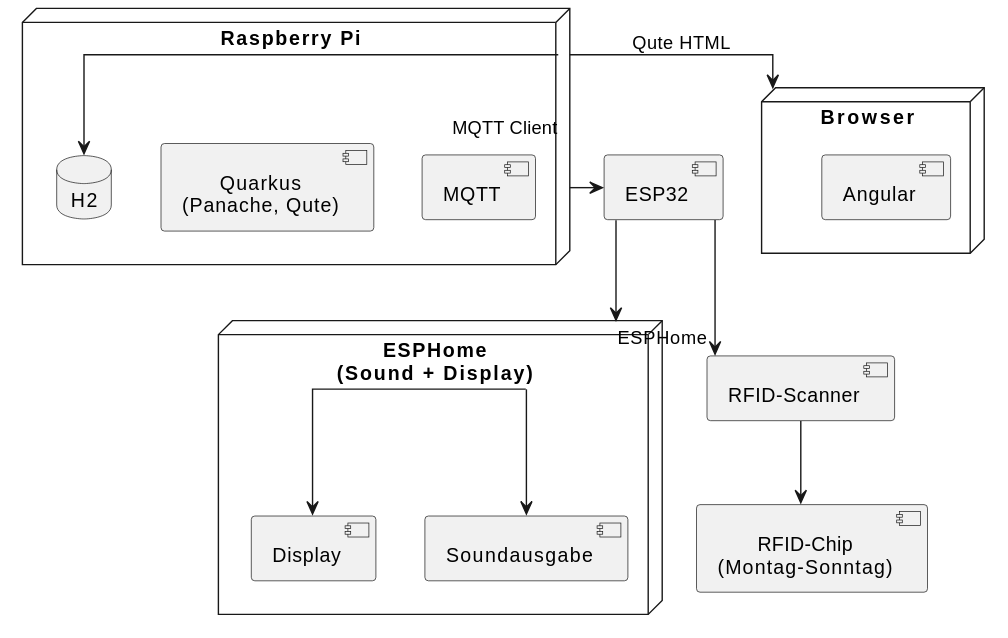
2425-4chif-syp/01-projekte-2025-4chif-syp-cura keeps this PlantUML diagram as images/project-architecture.svg. Above is the earlier version. Its source is kept beside it as diagrams/project-architecture.puml.
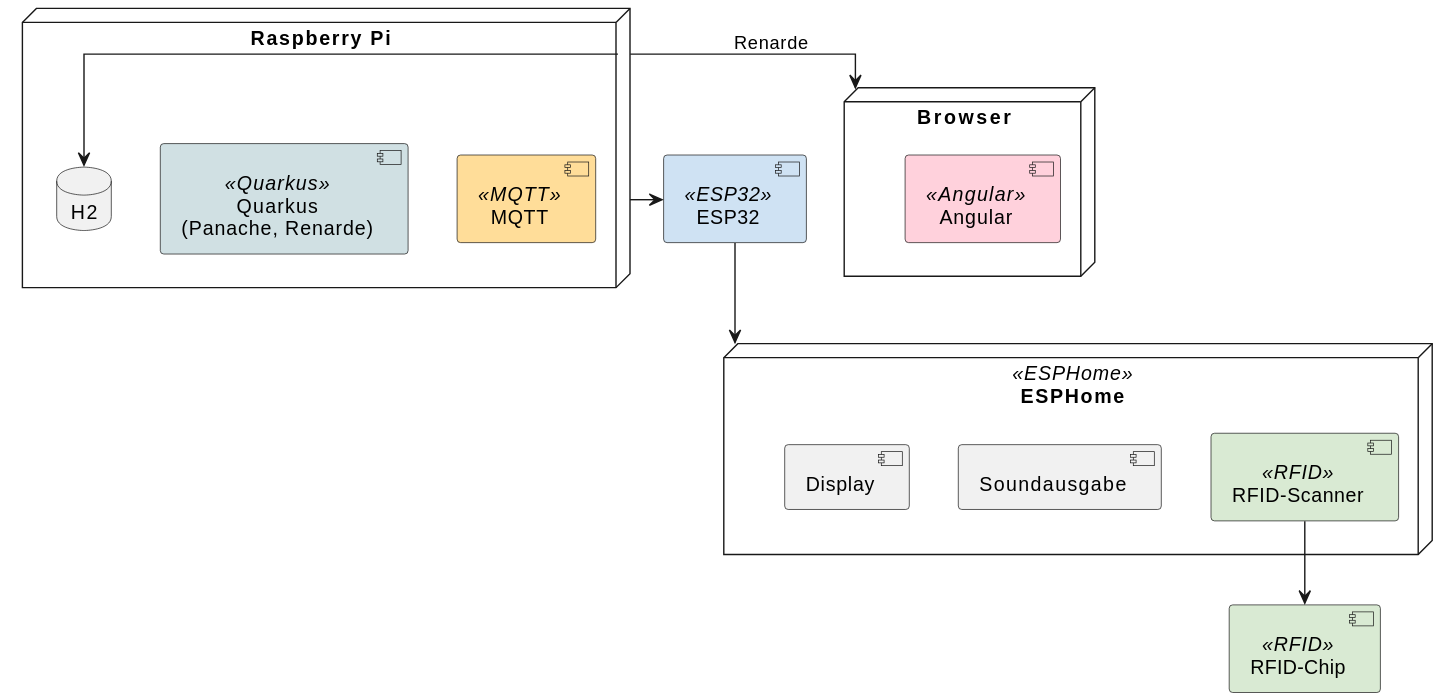
After the change.

What changed in the source:
```diff
@@ -3,37 +3,42 @@
 !define RECTANGLE class
 skinparam defaultTextAlignment center
 skinparam linetype ortho
+skinparam component {
+    BackgroundColor<<MQTT>> #FFDD99
+    BackgroundColor<<Quarkus>> #D0E0E3
+    BackgroundColor<<Angular>> #FFD1DC
+    BackgroundColor<<ESP32>> #CFE2F3
+    BackgroundColor<<ESPHome>> #EAD1DC
+    BackgroundColor<<RFID>> #D9EAD3
+    FontColor black
+}
 
 node "Raspberry Pi" as raspberryPi {
-    [MQTT]
-    [Quarkus\n(Panache, Qute)]
+    [MQTT] <<MQTT>>
+    [Quarkus\n(Panache, Renarde)] <<Quarkus>>
     database "H2" as h2
 }
 
 node "Browser" as browser {
-    [Angular]
+    [Angular] <<Angular>>
 }
 
-component "ESP32" as esp
+component "ESP32" as esp <<ESP32>>
 
-node "ESPHome\n(Sound + Display)" as esphome {
+node "ESPHome" as esphome <<ESPHome>> {
+    [RFID-Scanner] as rfidscanner <<RFID>>
     [Soundausgabe]
     [Display]
 }
 
-component "RFID-Scanner" as rfidscanner
-component "RFID-Chip\n(Montag–Sonntag)" as rfidchip
+component "RFID-Chip" as rfidchip <<RFID>>
 
-
-raspberryPi --> esp : MQTT Client
-raspberryPi --> browser : Qute HTML
+raspberryPi --> esp
+raspberryPi --> browser : Renarde
 raspberryPi --> h2
 
-esp --> rfidscanner
+esp --> esphome
+
 rfidscanner --> rfidchip
 
-esp --> esphome : ESPHome
-esphome --> [Soundausgabe]
-esphome --> [Display]
-
 @enduml
```
